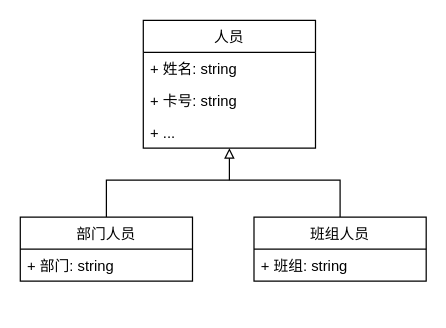
The draw.io diagram packages/2_design_principle/人员继承.drawio in yyc-git/ModernGameEngineDesignEdu, before the edit. Source tidied: cells renumbered, new cells numbered last; positions are measured from the earlier drawing's top-left corner, leaving out a move shared by most shapes. Both pictures are drawn from the tidied source at 123%, with x=0, y=0 at pixel (20, 20).
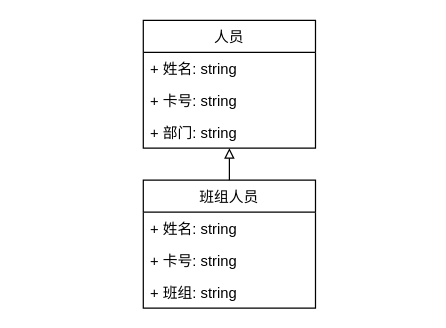
Above is the later version.

Diff of the diagram source:
```diff
@@
 <mxGraphModel>
   <root>
     <mxCell id="0" />
     <mxCell id="1" parent="0" />
     <mxCell id="2" value="人员" style="swimlane;fontStyle=0;horizontal=1;startSize=26;fillColor=none;" parent="1" vertex="1">
       <mxGeometry x="100" width="140" height="104" as="geometry" />
     </mxCell>
     <mxCell id="3" value="+ 姓名: string" style="text;strokeColor=none;fillColor=none;align=left;verticalAlign=top;spacingLeft=4;spacingRight=4;overflow=hidden;" parent="2" vertex="1">
       <mxGeometry y="26" width="140" height="26" as="geometry" />
     </mxCell>
     <mxCell id="4" value="+ 卡号: string" style="text;strokeColor=none;fillColor=none;align=left;verticalAlign=top;spacingLeft=4;spacingRight=4;overflow=hidden;" parent="2" vertex="1">
       <mxGeometry y="52" width="140" height="26" as="geometry" />
     </mxCell>
-    <mxCell id="5" value="+ ..." style="text;strokeColor=none;fillColor=none;align=left;verticalAlign=top;spacingLeft=4;spacingRight=4;overflow=hidden;" parent="2" vertex="1">
+    <mxCell id="5" value="+ 部门: string" style="text;strokeColor=none;fillColor=none;align=left;verticalAlign=top;spacingLeft=4;spacingRight=4;overflow=hidden;" parent="2" vertex="1">
       <mxGeometry y="78" width="140" height="26" as="geometry" />
     </mxCell>
-    <mxCell id="6" value="部门人员" style="swimlane;fontStyle=0;horizontal=1;startSize=26;fillColor=none;" parent="1" vertex="1">
-      <mxGeometry y="160" width="140" height="52" as="geometry" />
-    </mxCell>
-    <mxCell id="7" value="+ 部门: string" style="text;strokeColor=none;fillColor=none;align=left;verticalAlign=top;spacingLeft=4;spacingRight=4;overflow=hidden;" parent="6" vertex="1">
-      <mxGeometry y="26" width="140" height="26" as="geometry" />
-    </mxCell>
-    <mxCell id="8" style="edgeStyle=orthogonalEdgeStyle;rounded=0;jettySize=auto;html=1;exitX=0.5;exitY=0;exitDx=0;exitDy=0;entryX=0.5;entryY=0;entryDx=0;entryDy=0;endArrow=none;endFill=0;" parent="1" edge="1" source="9" target="6">
-      <mxGeometry relative="1" as="geometry">
-        <Array as="points">
-          <mxPoint x="260" y="130" />
-          <mxPoint x="70" y="130" />
-        </Array>
-      </mxGeometry>
-    </mxCell>
+    <mxCell id="11" style="endArrow=block;html=1;entryX=0.5;entryY=1;entryDx=0;entryDy=0;endFill=0;" parent="1" edge="1" target="2">
+      <mxGeometry relative="1" as="geometry">
+        <mxPoint x="170" y="130" as="sourcePoint" />
+      </mxGeometry>
+    </mxCell>
     <mxCell id="9" value="班组人员" style="swimlane;fontStyle=0;horizontal=1;startSize=26;fillColor=none;" parent="1" vertex="1">
-      <mxGeometry x="190" y="160" width="140" height="52" as="geometry" />
+      <mxGeometry x="100" y="130" width="140" height="104" as="geometry" />
     </mxCell>
+    <mxCell id="12" value="+ 姓名: string" style="text;strokeColor=none;fillColor=none;align=left;verticalAlign=top;spacingLeft=4;spacingRight=4;overflow=hidden;" parent="9" vertex="1">
+      <mxGeometry y="26" width="140" height="26" as="geometry" />
+    </mxCell>
+    <mxCell id="13" value="+ 卡号: string" style="text;strokeColor=none;fillColor=none;align=left;verticalAlign=top;spacingLeft=4;spacingRight=4;overflow=hidden;" parent="9" vertex="1">
+      <mxGeometry y="52" width="140" height="26" as="geometry" />
+    </mxCell>
     <mxCell id="10" value="+ 班组: string" style="text;strokeColor=none;fillColor=none;align=left;verticalAlign=top;spacingLeft=4;spacingRight=4;overflow=hidden;" parent="9" vertex="1">
-      <mxGeometry y="26" width="140" height="26" as="geometry" />
+      <mxGeometry y="78" width="140" height="26" as="geometry" />
     </mxCell>
-    <mxCell id="11" style="endArrow=block;html=1;entryX=0.5;entryY=1;entryDx=0;entryDy=0;endFill=0;" parent="1" edge="1" target="2">
-      <mxGeometry relative="1" as="geometry">
-        <mxPoint x="170" y="130" as="sourcePoint" />
-      </mxGeometry>
-    </mxCell>
   </root>
 </mxGraphModel>
```
